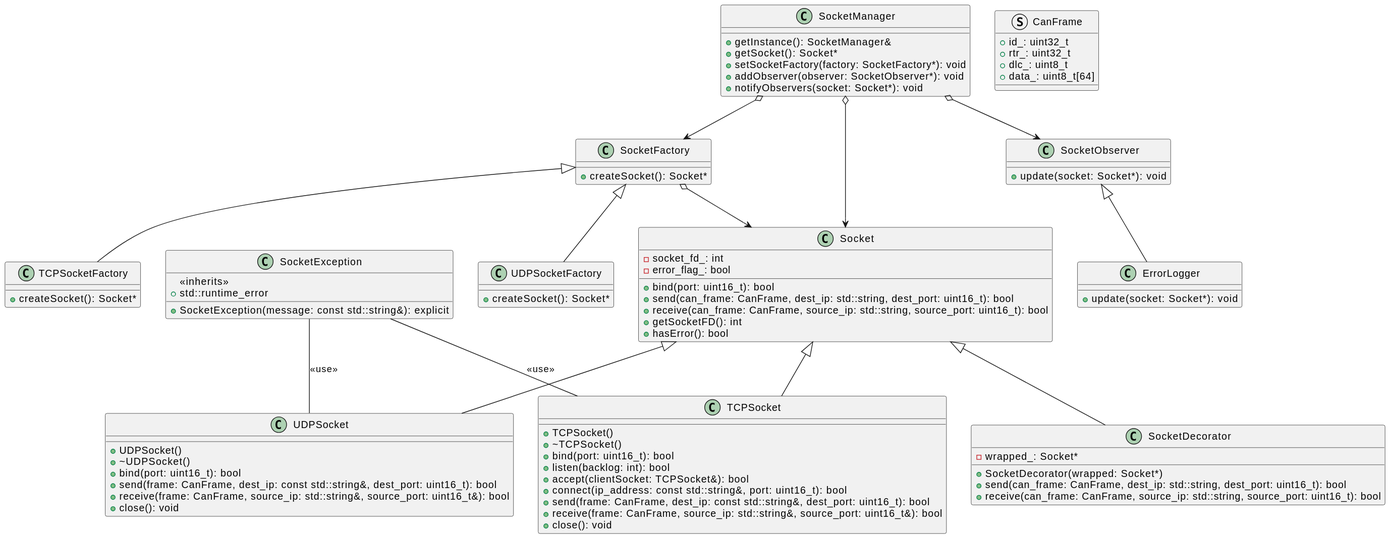
nino-kin/simple-com keeps this PlantUML diagram as docs/assets/images/uml/com_diagram.svg. Above is the earlier version. The source it was exported from:
```plantuml
@startuml Communication diagram

class Socket {
    +bind(port: uint16_t): bool
    +send(can_frame: CanFrame, dest_ip: std::string, dest_port: uint16_t): bool
    +receive(can_frame: CanFrame, source_ip: std::string, source_port: uint16_t): bool
    +getSocketFD(): int
    +hasError(): bool
    -socket_fd_: int
    -error_flag_: bool
}

class SocketObserver {
    +update(socket: Socket*): void
}

class SocketException {
    +SocketException(message: const std::string&): explicit
    <<inherits>>
    +std::runtime_error
}

class ErrorLogger {
    +update(socket: Socket*): void
}

class UDPSocket {
    +UDPSocket()
    +~UDPSocket()
    +bind(port: uint16_t): bool
    +send(frame: CanFrame, dest_ip: const std::string&, dest_port: uint16_t): bool
    +receive(frame: CanFrame, source_ip: std::string&, source_port: uint16_t&): bool
    +close(): void
}

class TCPSocket {
    +TCPSocket()
    +~TCPSocket()
    +bind(port: uint16_t): bool
    +listen(backlog: int): bool
    +accept(clientSocket: TCPSocket&): bool
    +connect(ip_address: const std::string&, port: uint16_t): bool
    +send(frame: CanFrame, dest_ip: const std::string&, dest_port: uint16_t): bool
    +receive(frame: CanFrame, source_ip: std::string&, source_port: uint16_t&): bool
    +close(): void
}

class SocketFactory {
    +createSocket(): Socket*
}

class UDPSocketFactory {
    +createSocket(): Socket*
}

class TCPSocketFactory {
    +createSocket(): Socket*
}

class SocketManager {
    +getInstance(): SocketManager&
    +getSocket(): Socket*
    +setSocketFactory(factory: SocketFactory*): void
    +addObserver(observer: SocketObserver*): void
    +notifyObservers(socket: Socket*): void
}

class SocketDecorator {
    +SocketDecorator(wrapped: Socket*)
    +send(can_frame: CanFrame, dest_ip: std::string, dest_port: uint16_t): bool
    +receive(can_frame: CanFrame, source_ip: std::string, source_port: uint16_t): bool
    -wrapped_: Socket*
}

struct CanFrame {
    +id_: uint32_t
    +rtr_: uint32_t
    +dlc_: uint8_t
    +data_: uint8_t[64]
}

SocketObserver <|-- ErrorLogger

Socket <|-- TCPSocket
Socket <|-- UDPSocket
Socket <|-- SocketDecorator

SocketFactory <|-- UDPSocketFactory
SocketFactory <|-- TCPSocketFactory
SocketFactory o--> Socket

SocketManager o--> Socket
SocketManager o--> SocketFactory
SocketManager o--> SocketObserver

SocketException -- UDPSocket: <<use>>
SocketException -- TCPSocket: <<use>>

@enduml
```
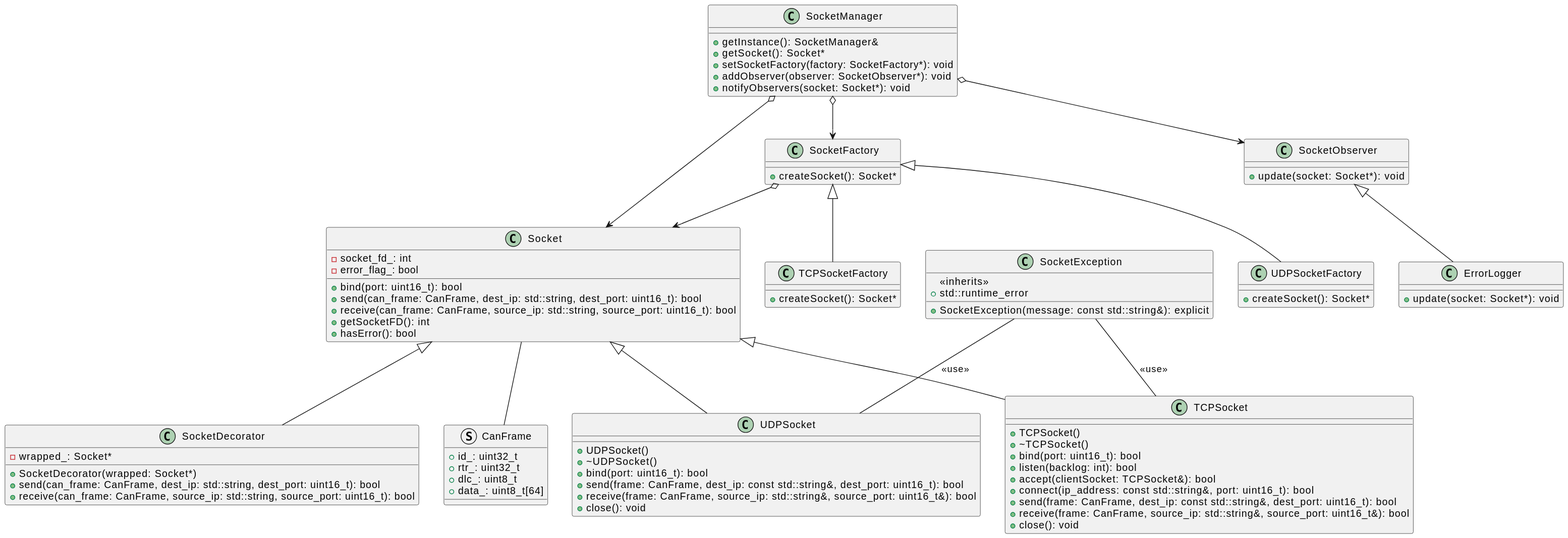
After the commit.

The edit, as a diff of the source:
```diff
@@ -1,4 +1,5 @@
 @startuml Communication diagram
+
 
 class Socket {
     +bind(port: uint16_t): bool
@@ -79,6 +80,7 @@
     +data_: uint8_t[64]
 }
 
+
 SocketObserver <|-- ErrorLogger
 
 Socket <|-- TCPSocket
@@ -96,4 +98,6 @@
 SocketException -- UDPSocket: <<use>>
 SocketException -- TCPSocket: <<use>>
 
+Socket -- CanFrame
+
 @enduml
```
